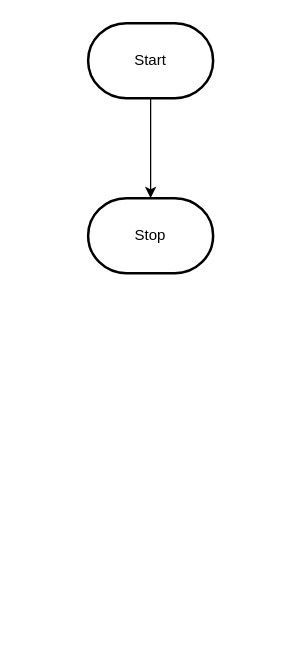
This is design/flowchart.drawio from MTHS-ICD2O-1-2023/ICD2O-Unit-6-04-hai-tran-2, a draw.io file, before an edit. Source tidied: cells renumbered, new cells numbered last; positions are measured from the earlier drawing's top-left corner, leaving out a move shared by most shapes. Both pictures are drawn from the tidied source at 125%, with x=0, y=0 at pixel (88, 22).
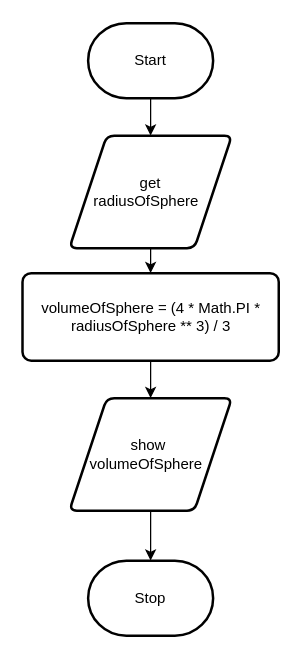
The same page after the edit.

Commit message (it also covers changes not shown here):
add storyboard and flowchart

Diff of the diagram source:
```diff
@@
 <mxGraphModel>
   <root>
     <mxCell id="0" />
     <mxCell id="1" parent="0" />
-    <mxCell id="2" style="edgeStyle=orthogonalEdgeStyle;html=1;rounded=0;" parent="1" edge="1" source="3" target="4">
-      <mxGeometry relative="1" as="geometry" />
-    </mxCell>
+    <mxCell id="5" style="edgeStyle=none;html=1;" parent="1" edge="1" source="3" target="2">
+      <mxGeometry relative="1" as="geometry" />
+    </mxCell>
     <mxCell id="3" value="Start" style="strokeWidth=2;html=1;shape=mxgraph.flowchart.terminator;whiteSpace=wrap;" parent="1" vertex="1">
       <mxGeometry width="100" height="60" as="geometry" />
     </mxCell>
     <mxCell id="4" value="Stop" style="strokeWidth=2;html=1;shape=mxgraph.flowchart.terminator;whiteSpace=wrap;" parent="1" vertex="1">
-      <mxGeometry y="140" width="100" height="60" as="geometry" />
+      <mxGeometry y="430" width="100" height="60" as="geometry" />
     </mxCell>
+    <mxCell id="6" style="edgeStyle=none;html=1;" parent="1" edge="1" source="2" target="8">
+      <mxGeometry relative="1" as="geometry" />
+    </mxCell>
+    <mxCell id="2" value="get&lt;br&gt;radiusOfSphere&amp;nbsp;&amp;nbsp;" style="shape=parallelogram;html=1;strokeWidth=2;perimeter=parallelogramPerimeter;whiteSpace=wrap;rounded=1;arcSize=12;size=0.23;" parent="1" vertex="1">
+      <mxGeometry x="-15" y="90" width="130" height="90" as="geometry" />
+    </mxCell>
+    <mxCell id="7" style="edgeStyle=none;html=1;" parent="1" edge="1" source="8" target="10">
+      <mxGeometry relative="1" as="geometry" />
+    </mxCell>
+    <mxCell id="8" value="volumeOfSphere = (4 * Math.PI * radiusOfSphere ** 3) / 3" style="rounded=1;whiteSpace=wrap;html=1;absoluteArcSize=1;arcSize=14;strokeWidth=2;" parent="1" vertex="1">
+      <mxGeometry x="-52.5" y="200" width="205" height="70" as="geometry" />
+    </mxCell>
+    <mxCell id="9" style="edgeStyle=none;html=1;" parent="1" edge="1" source="10" target="4">
+      <mxGeometry relative="1" as="geometry" />
+    </mxCell>
+    <mxCell id="10" value="show&amp;nbsp;&lt;br&gt;volumeOfSphere&amp;nbsp;&amp;nbsp;" style="shape=parallelogram;html=1;strokeWidth=2;perimeter=parallelogramPerimeter;whiteSpace=wrap;rounded=1;arcSize=12;size=0.23;" parent="1" vertex="1">
+      <mxGeometry x="-15" y="300" width="130" height="90" as="geometry" />
+    </mxCell>
   </root>
 </mxGraphModel>
```
